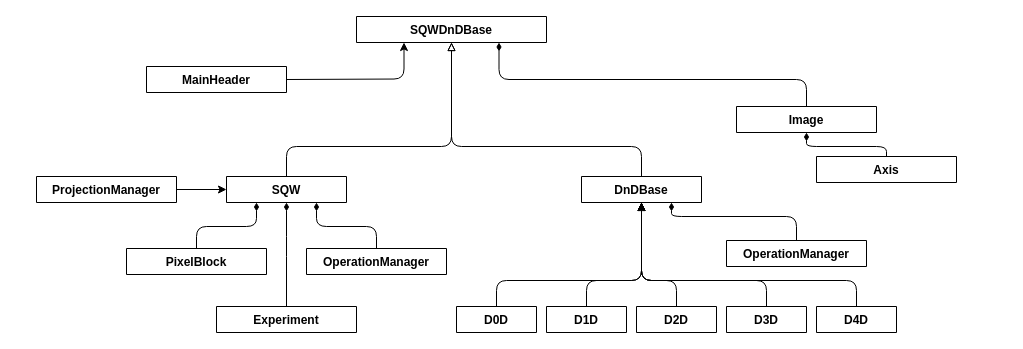
Before: page "SQW-DND" (4 of 4) of documentation/diagrams/sqw-dnd.drawio in pace-neutrons/Horace, a draw.io diagram. Source tidied: cells renumbered, new cells numbered last; positions are measured from the earlier drawing's top-left corner, leaving out a move shared by most shapes. Both pictures are drawn from the tidied source at 100%, with x=0, y=0 at pixel (36, 16).
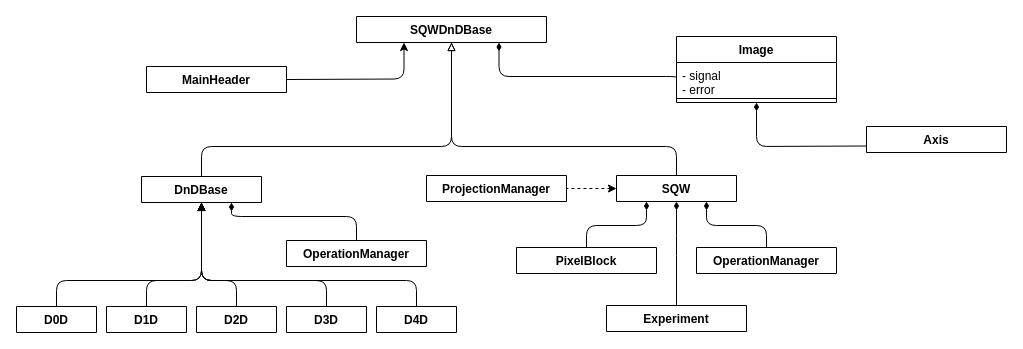
After the change.

Unchanged cells that the change refers to:
```xml
<mxCell id="32" value="SQWDnDBase" style="swimlane;fontStyle=1;align=center;verticalAlign=top;horizontal=1;startSize=26;" parent="1" vertex="1" collapsed="1">
  <mxGeometry x="320" width="190" height="26" as="geometry" />
</mxCell>
```

What changed in the source:
```diff
@@
     <mxCell id="2" style="edgeStyle=elbowEdgeStyle;elbow=vertical;endArrow=block;html=1;exitX=0.5;exitY=0;exitDx=0;exitDy=0;entryX=0.5;entryY=1;entryDx=0;entryDy=0;endFill=0;" parent="1" edge="1" source="19" target="32">
       <mxGeometry relative="1" as="geometry">
         <Array as="points">
+          <mxPoint x="530" y="130" />
           <mxPoint x="310" y="130" />
           <mxPoint x="360" y="90" />
         </Array>
       </mxGeometry>
     </mxCell>
     <mxCell id="3" style="edgeStyle=elbowEdgeStyle;elbow=vertical;endArrow=block;html=1;endFill=1;exitX=0.5;exitY=0;exitDx=0;exitDy=0;entryX=0.5;entryY=1;entryDx=0;entryDy=0;" parent="1" edge="1" source="29" target="23">
       <mxGeometry relative="1" as="geometry">
         <Array as="points">
-          <mxPoint x="515" y="264" />
+          <mxPoint x="75" y="264" />
         </Array>
       </mxGeometry>
     </mxCell>
     <mxCell id="4" style="edgeStyle=elbowEdgeStyle;elbow=vertical;endArrow=classic;html=1;exitX=0.5;exitY=0;exitDx=0;exitDy=0;entryX=0.5;entryY=1;entryDx=0;entryDy=0;" parent="1" edge="1" source="28" target="23">
       <mxGeometry relative="1" as="geometry">
         <Array as="points">
-          <mxPoint x="535" y="264" />
+          <mxPoint x="95" y="264" />
         </Array>
       </mxGeometry>
     </mxCell>
     <mxCell id="5" style="edgeStyle=elbowEdgeStyle;elbow=vertical;endArrow=classic;html=1;exitX=0.5;exitY=0;exitDx=0;exitDy=0;entryX=0.5;entryY=1;entryDx=0;entryDy=0;" parent="1" edge="1" source="26" target="23">
       <mxGeometry relative="1" as="geometry">
         <Array as="points">
-          <mxPoint x="645" y="264" />
+          <mxPoint x="205" y="264" />
         </Array>
       </mxGeometry>
     </mxCell>
     <mxCell id="6" style="edgeStyle=elbowEdgeStyle;elbow=vertical;endArrow=classic;html=1;exitX=0.5;exitY=0;exitDx=0;exitDy=0;entryX=0.5;entryY=1;entryDx=0;entryDy=0;" parent="1" edge="1" source="27" target="23">
       <mxGeometry relative="1" as="geometry">
         <Array as="points">
-          <mxPoint x="665" y="264" />
-          <mxPoint x="545" y="367" />
+          <mxPoint x="225" y="264" />
+          <mxPoint x="105" y="367" />
         </Array>
       </mxGeometry>
     </mxCell>
     <mxCell id="7" style="edgeStyle=elbowEdgeStyle;elbow=vertical;endArrow=classic;html=1;exitX=0.5;exitY=0;exitDx=0;exitDy=0;entryX=0.5;entryY=1;entryDx=0;entryDy=0;" parent="1" edge="1" source="25" target="23">
       <mxGeometry relative="1" as="geometry">
         <Array as="points">
-          <mxPoint x="625" y="264" />
+          <mxPoint x="185" y="264" />
         </Array>
       </mxGeometry>
     </mxCell>
-    <mxCell id="8" style="edgeStyle=elbowEdgeStyle;elbow=vertical;endArrow=classic;html=1;exitX=1;exitY=0.5;exitDx=0;exitDy=0;entryX=0;entryY=0.5;entryDx=0;entryDy=0;" parent="1" edge="1" source="22" target="19">
+    <mxCell id="8" style="edgeStyle=elbowEdgeStyle;elbow=vertical;endArrow=classic;html=1;exitX=1;exitY=0.5;exitDx=0;exitDy=0;entryX=0;entryY=0.5;entryDx=0;entryDy=0;dashed=1;" parent="1" edge="1" source="22" target="19">
       <mxGeometry relative="1" as="geometry">
         <Array as="points">
-          <mxPoint x="130" y="173" />
+          <mxPoint x="520" y="172" />
         </Array>
       </mxGeometry>
     </mxCell>
-    <mxCell id="9" style="edgeStyle=elbowEdgeStyle;elbow=vertical;endArrow=diamondThin;html=1;exitX=0.5;exitY=0;exitDx=0;exitDy=0;entryX=0.5;entryY=1;entryDx=0;entryDy=0;endFill=1;" parent="1" edge="1" source="18" target="17">
+    <mxCell id="9" style="edgeStyle=elbowEdgeStyle;elbow=vertical;endArrow=diamondThin;html=1;exitX=0;exitY=0.75;exitDx=0;exitDy=0;entryX=0.5;entryY=1;entryDx=0;entryDy=0;endFill=1;" parent="1" edge="1" source="18" target="17">
       <mxGeometry relative="1" as="geometry">
         <Array as="points">
-          <mxPoint x="750" y="130" />
+          <mxPoint x="770" y="130" />
         </Array>
       </mxGeometry>
     </mxCell>
-    <mxCell id="10" style="edgeStyle=elbowEdgeStyle;elbow=vertical;endArrow=diamondThin;html=1;exitX=0.5;exitY=0;exitDx=0;exitDy=0;entryX=0.75;entryY=1;entryDx=0;entryDy=0;endFill=1;" parent="1" edge="1" source="17" target="32">
+    <mxCell id="10" style="edgeStyle=elbowEdgeStyle;elbow=vertical;endArrow=diamondThin;html=1;exitX=0;exitY=0.5;exitDx=0;exitDy=0;entryX=0.75;entryY=1;entryDx=0;entryDy=0;endFill=1;" parent="1" edge="1" source="33" target="32">
       <mxGeometry relative="1" as="geometry">
         <Array as="points">
+          <mxPoint x="570" y="60" />
+          <mxPoint x="520" y="90" />
           <mxPoint x="630" y="63" />
         </Array>
       </mxGeometry>
     </mxCell>
     <mxCell id="11" style="edgeStyle=elbowEdgeStyle;elbow=vertical;endArrow=diamondThin;html=1;exitX=0.5;exitY=0;exitDx=0;exitDy=0;entryX=0.75;entryY=1;entryDx=0;entryDy=0;endFill=1;" parent="1" edge="1" source="24" target="23">
       <mxGeometry relative="1" as="geometry">
         <Array as="points">
-          <mxPoint x="755" y="200" />
+          <mxPoint x="315" y="200" />
         </Array>
       </mxGeometry>
     </mxCell>
     <mxCell id="12" style="edgeStyle=elbowEdgeStyle;elbow=vertical;endArrow=diamondThin;html=1;exitX=0.5;exitY=0;exitDx=0;exitDy=0;entryX=0.75;entryY=1;entryDx=0;entryDy=0;endFill=1;" parent="1" edge="1" source="20" target="19">
       <mxGeometry relative="1" as="geometry">
         <Array as="points">
-          <mxPoint x="320" y="210" />
+          <mxPoint x="710" y="209" />
         </Array>
       </mxGeometry>
     </mxCell>
     <mxCell id="13" style="edgeStyle=elbowEdgeStyle;elbow=vertical;endArrow=diamondThin;html=1;entryX=0.5;entryY=1;entryDx=0;entryDy=0;endFill=1;exitX=0.5;exitY=0;exitDx=0;exitDy=0;" parent="1" edge="1" source="30" target="19">
       <mxGeometry relative="1" as="geometry">
         <Array as="points">
-          <mxPoint x="250" y="230" />
+          <mxPoint x="640" y="229" />
         </Array>
       </mxGeometry>
     </mxCell>
     <mxCell id="14" style="edgeStyle=elbowEdgeStyle;elbow=vertical;endArrow=diamondThin;html=1;entryX=0.25;entryY=1;entryDx=0;entryDy=0;endFill=1;exitX=0.5;exitY=0;exitDx=0;exitDy=0;" parent="1" edge="1" source="21" target="19">
       <mxGeometry relative="1" as="geometry">
         <Array as="points">
-          <mxPoint x="190" y="210" />
+          <mxPoint x="580" y="209" />
         </Array>
       </mxGeometry>
     </mxCell>
@@
-    <mxCell id="17" value="Image" style="swimlane;fontStyle=1;align=center;verticalAlign=top;horizontal=1;startSize=26;" parent="1" vertex="1" collapsed="1">
-      <mxGeometry x="700" y="90" width="140" height="26" as="geometry" />
+    <mxCell id="17" value="Image" style="swimlane;fontStyle=1;align=center;verticalAlign=top;horizontal=1;startSize=26;" parent="1" vertex="1">
+      <mxGeometry x="640" y="20" width="160" height="66" as="geometry" />
     </mxCell>
+    <mxCell id="33" value="- signal&#10;- error&#10;" style="text;strokeColor=none;fillColor=none;align=left;verticalAlign=top;spacingLeft=4;spacingRight=4;overflow=hidden;points=[[0,0.5],[1,0.5]];portConstraint=eastwest;" parent="17" vertex="1">
+      <mxGeometry y="26" width="160" height="32" as="geometry" />
+    </mxCell>
+    <mxCell id="34" style="line;strokeWidth=1;fillColor=none;align=left;verticalAlign=middle;spacingTop=-1;spacingLeft=3;spacingRight=3;labelPosition=right;" parent="17" vertex="1">
+      <mxGeometry y="58" width="160" height="8" as="geometry" />
+    </mxCell>
     <mxCell id="18" value="Axis" style="swimlane;fontStyle=1;align=center;verticalAlign=top;horizontal=1;startSize=26;" parent="1" vertex="1" collapsed="1">
-      <mxGeometry x="780" y="140" width="140" height="26" as="geometry" />
+      <mxGeometry x="830" y="110" width="140" height="26" as="geometry" />
     </mxCell>
     <mxCell id="19" value="SQW" style="swimlane;fontStyle=1;align=center;verticalAlign=top;horizontal=1;startSize=26;" parent="1" vertex="1" collapsed="1">
-      <mxGeometry x="190" y="160" width="120" height="26" as="geometry" />
+      <mxGeometry x="580" y="159" width="120" height="26" as="geometry" />
     </mxCell>
     <mxCell id="20" value="OperationManager" style="swimlane;fontStyle=1;align=center;verticalAlign=top;horizontal=1;startSize=26;" parent="1" vertex="1" collapsed="1">
-      <mxGeometry x="270" y="232" width="140" height="26" as="geometry" />
+      <mxGeometry x="660" y="231" width="140" height="26" as="geometry" />
     </mxCell>
     <mxCell id="21" value="PixelBlock" style="swimlane;fontStyle=1;align=center;verticalAlign=top;horizontal=1;startSize=26;" parent="1" vertex="1" collapsed="1">
-      <mxGeometry x="90" y="232" width="140" height="26" as="geometry" />
+      <mxGeometry x="480" y="231" width="140" height="26" as="geometry" />
     </mxCell>
     <mxCell id="22" value="ProjectionManager" style="swimlane;fontStyle=1;align=center;verticalAlign=top;horizontal=1;startSize=26;" parent="1" vertex="1" collapsed="1">
-      <mxGeometry y="160" width="140" height="26" as="geometry" />
+      <mxGeometry x="390" y="159" width="140" height="26" as="geometry" />
     </mxCell>
     <mxCell id="23" value="DnDBase" style="swimlane;fontStyle=1;align=center;verticalAlign=top;horizontal=1;startSize=26;" parent="1" vertex="1" collapsed="1">
-      <mxGeometry x="545" y="160" width="120" height="26" as="geometry" />
+      <mxGeometry x="105" y="160" width="120" height="26" as="geometry" />
     </mxCell>
     <mxCell id="24" value="OperationManager" style="swimlane;fontStyle=1;align=center;verticalAlign=top;horizontal=1;startSize=26;" parent="1" vertex="1" collapsed="1">
-      <mxGeometry x="690" y="224" width="140" height="26" as="geometry" />
+      <mxGeometry x="250" y="224" width="140" height="26" as="geometry" />
     </mxCell>
     <mxCell id="25" value="D3D" style="swimlane;fontStyle=1;align=center;verticalAlign=top;horizontal=1;startSize=26;" parent="1" vertex="1" collapsed="1">
-      <mxGeometry x="690" y="290" width="80" height="26" as="geometry" />
+      <mxGeometry x="250" y="290" width="80" height="26" as="geometry" />
     </mxCell>
     <mxCell id="26" value="D2D" style="swimlane;fontStyle=1;align=center;verticalAlign=top;horizontal=1;startSize=26;" parent="1" vertex="1" collapsed="1">
-      <mxGeometry x="600" y="290" width="80" height="26" as="geometry" />
+      <mxGeometry x="160" y="290" width="80" height="26" as="geometry" />
     </mxCell>
     <mxCell id="27" value="D4D" style="swimlane;fontStyle=1;align=center;verticalAlign=top;horizontal=1;startSize=26;" parent="1" vertex="1" collapsed="1">
-      <mxGeometry x="780" y="290" width="80" height="26" as="geometry" />
+      <mxGeometry x="340" y="290" width="80" height="26" as="geometry" />
     </mxCell>
     <mxCell id="28" value="D1D&#10;" style="swimlane;fontStyle=1;align=center;verticalAlign=top;horizontal=1;startSize=26;" parent="1" vertex="1" collapsed="1">
-      <mxGeometry x="510" y="290" width="80" height="26" as="geometry" />
+      <mxGeometry x="70" y="290" width="80" height="26" as="geometry" />
     </mxCell>
     <mxCell id="29" value="D0D" style="swimlane;fontStyle=1;align=center;verticalAlign=top;horizontal=1;startSize=26;" parent="1" vertex="1" collapsed="1">
-      <mxGeometry x="420" y="290" width="80" height="26" as="geometry" />
+      <mxGeometry x="-20" y="290" width="80" height="26" as="geometry" />
     </mxCell>
     <mxCell id="30" value="Experiment" style="swimlane;fontStyle=1;align=center;verticalAlign=top;horizontal=1;startSize=26;" parent="1" vertex="1" collapsed="1">
-      <mxGeometry x="180" y="290" width="140" height="26" as="geometry" />
+      <mxGeometry x="570" y="289" width="140" height="26" as="geometry" />
     </mxCell>
```
